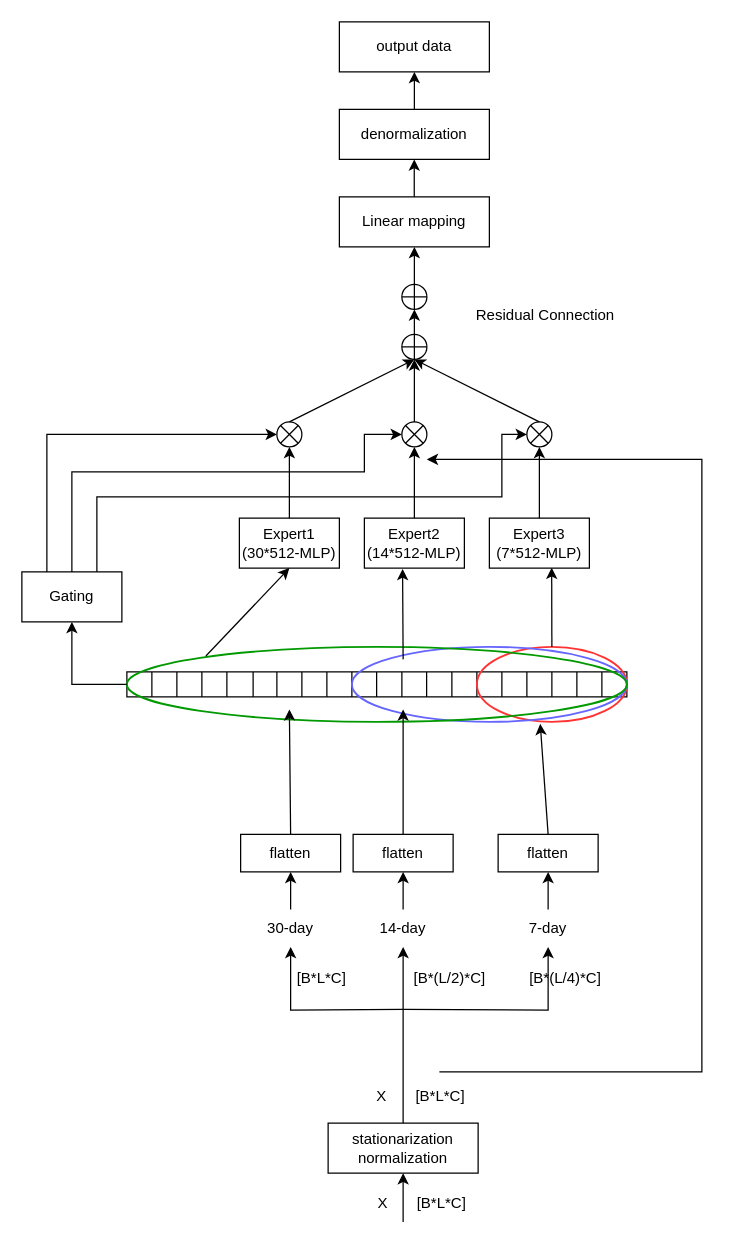
This is 未命名绘图.drawio from HALF111/Research_figures, a draw.io file, before an edit. Source tidied: cells renumbered, new cells numbered last; positions are measured from the earlier drawing's top-left corner, leaving out a move shared by most shapes. Both pictures are drawn from the tidied source at 125%, with x=0, y=0 at pixel (21, 21).
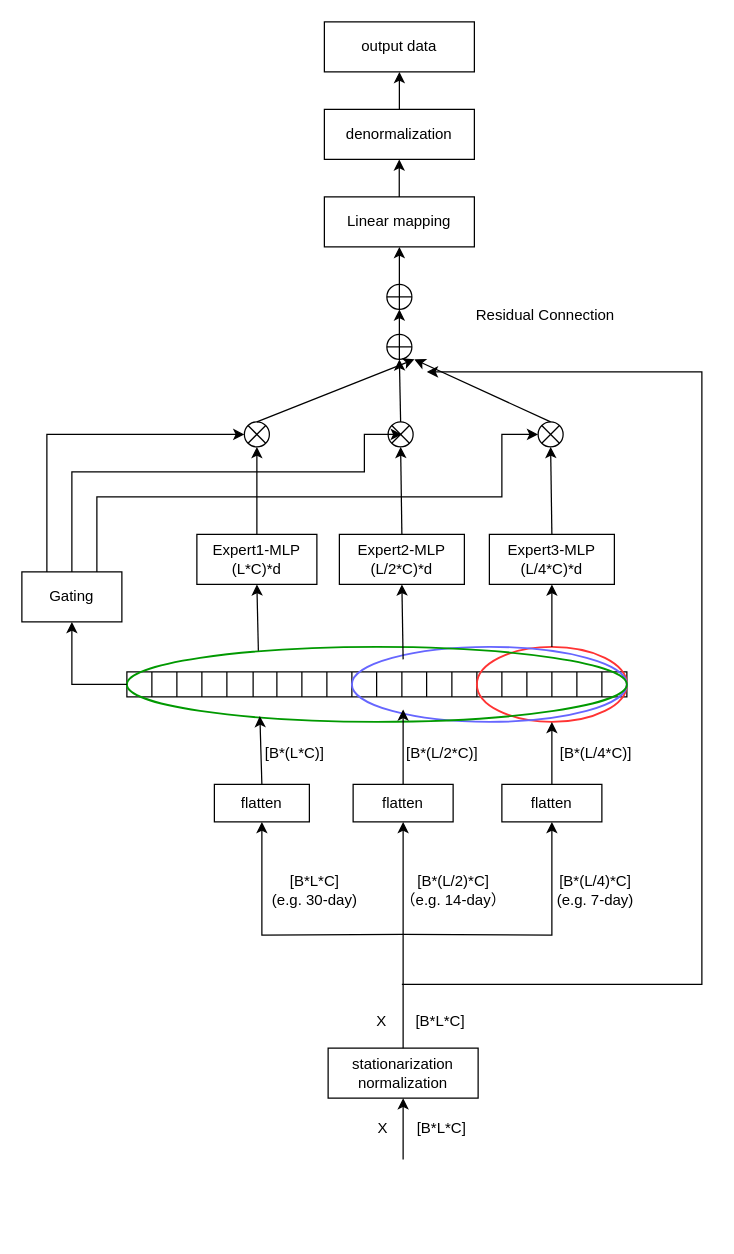
The same page after the edit.

Commit message (it also covers changes not shown here):
更新未命名绘图.drawio

Unchanged cells that the change refers to:
```xml
<mxCell id="18" style="ellipse;whiteSpace=wrap;html=1;fillColor=none;strokeColor=#FF3333;strokeWidth=1.5;" parent="1" vertex="1">
  <mxGeometry x="364" y="500" width="120" height="60" as="geometry" />
</mxCell>
<mxCell id="19" style="ellipse;whiteSpace=wrap;html=1;fillColor=none;strokeColor=#6666FF;strokeWidth=1.5;" parent="1" vertex="1">
  <mxGeometry x="264" y="500" width="220" height="60" as="geometry" />
</mxCell>
<mxCell id="20" style="ellipse;whiteSpace=wrap;html=1;fillColor=none;strokeColor=#009900;strokeWidth=1.5;" parent="1" vertex="1">
  <mxGeometry x="84" y="500" width="400" height="60" as="geometry" />
</mxCell>
```

The edit, as a diff of the source:
```diff
@@
-    <mxCell id="21" value="7-day" style="text;html=1;strokeColor=none;fillColor=none;align=center;verticalAlign=middle;whiteSpace=wrap;rounded=0;" parent="1" vertex="1">
-      <mxGeometry x="391" y="710" width="60" height="30" as="geometry" />
-    </mxCell>
-    <mxCell id="22" value="14-day" style="text;html=1;strokeColor=none;fillColor=none;align=center;verticalAlign=middle;whiteSpace=wrap;rounded=0;" parent="1" vertex="1">
-      <mxGeometry x="275" y="710" width="60" height="30" as="geometry" />
-    </mxCell>
-    <mxCell id="23" value="30-day" style="text;html=1;strokeColor=none;fillColor=none;align=center;verticalAlign=middle;whiteSpace=wrap;rounded=0;" parent="1" vertex="1">
-      <mxGeometry x="185" y="710" width="60" height="30" as="geometry" />
-    </mxCell>
-    <mxCell id="24" value="Expert1&lt;br&gt;(30*512-MLP)" style="rounded=0;whiteSpace=wrap;html=1;" parent="1" vertex="1">
-      <mxGeometry x="174" y="397" width="80" height="40" as="geometry" />
+    <mxCell id="24" value="Expert1-MLP&lt;br&gt;(L*C)*d" style="rounded=0;whiteSpace=wrap;html=1;" parent="1" vertex="1">
+      <mxGeometry x="140" y="410" width="96" height="40" as="geometry" />
     </mxCell>
-    <mxCell id="25" value="Expert2&lt;br&gt;(14*512-MLP)" style="rounded=0;whiteSpace=wrap;html=1;" parent="1" vertex="1">
-      <mxGeometry x="274" y="397" width="80" height="40" as="geometry" />
+    <mxCell id="25" value="Expert2-MLP&lt;br&gt;(L/2*C)*d" style="rounded=0;whiteSpace=wrap;html=1;" parent="1" vertex="1">
+      <mxGeometry x="254" y="410" width="100" height="40" as="geometry" />
     </mxCell>
-    <mxCell id="26" value="Expert3&lt;br&gt;(7*512-MLP)" style="rounded=0;whiteSpace=wrap;html=1;" parent="1" vertex="1">
-      <mxGeometry x="374" y="397" width="80" height="40" as="geometry" />
+    <mxCell id="26" value="Expert3-MLP&lt;br&gt;(L/4*C)*d" style="rounded=0;whiteSpace=wrap;html=1;" parent="1" vertex="1">
+      <mxGeometry x="374" y="410" width="100" height="40" as="geometry" />
     </mxCell>
-    <mxCell id="27" style="endArrow=classic;html=1;rounded=0;exitX=0.158;exitY=0.121;exitDx=0;exitDy=0;entryX=0.5;entryY=1;entryDx=0;entryDy=0;exitPerimeter=0;" parent="1" edge="1" source="20" target="24">
+    <mxCell id="27" style="endArrow=classic;html=1;rounded=0;exitX=0.263;exitY=0.051;exitDx=0;exitDy=0;entryX=0.5;entryY=1;entryDx=0;entryDy=0;exitPerimeter=0;" parent="1" edge="1" source="20" target="24">
       <mxGeometry relative="1" as="geometry" />
     </mxCell>
-    <mxCell id="28" style="endArrow=classic;html=1;rounded=0;entryX=0.382;entryY=1.016;entryDx=0;entryDy=0;entryPerimeter=0;" parent="1" edge="1" target="25">
+    <mxCell id="28" style="endArrow=classic;html=1;rounded=0;entryX=0.5;entryY=1;entryDx=0;entryDy=0;" parent="1" edge="1" target="25">
       <mxGeometry relative="1" as="geometry">
         <mxPoint x="305" y="510" as="sourcePoint" />
       </mxGeometry>
     </mxCell>
-    <mxCell id="29" style="endArrow=classic;html=1;rounded=0;exitX=0.5;exitY=0;exitDx=0;exitDy=0;entryX=0.623;entryY=0.99;entryDx=0;entryDy=0;entryPerimeter=0;" parent="1" edge="1" source="18" target="26">
+    <mxCell id="29" style="endArrow=classic;html=1;rounded=0;exitX=0.5;exitY=0;exitDx=0;exitDy=0;entryX=0.5;entryY=1;entryDx=0;entryDy=0;" parent="1" edge="1" source="18" target="26">
       <mxGeometry relative="1" as="geometry" />
     </mxCell>
@@
     <mxCell id="32" style="ellipse;whiteSpace=wrap;html=1;fillColor=none;" parent="1" vertex="1">
-      <mxGeometry x="204" y="320" width="20" height="20" as="geometry" />
+      <mxGeometry x="178" y="320" width="20" height="20" as="geometry" />
     </mxCell>
@@
     <mxCell id="35" style="ellipse;whiteSpace=wrap;html=1;fillColor=none;" parent="1" vertex="1">
-      <mxGeometry x="304" y="320" width="20" height="20" as="geometry" />
+      <mxGeometry x="293" y="320" width="20" height="20" as="geometry" />
     </mxCell>
@@
     <mxCell id="38" style="ellipse;whiteSpace=wrap;html=1;fillColor=none;" parent="1" vertex="1">
-      <mxGeometry x="404" y="320" width="20" height="20" as="geometry" />
+      <mxGeometry x="413" y="320" width="20" height="20" as="geometry" />
     </mxCell>
@@
     <mxCell id="47" style="ellipse;whiteSpace=wrap;html=1;fillColor=none;direction=east;flipH=1;flipV=1;" parent="1" vertex="1">
-      <mxGeometry x="304" y="250" width="20" height="20" as="geometry" />
+      <mxGeometry x="292" y="250" width="20" height="20" as="geometry" />
     </mxCell>
@@
-    <mxCell id="54" style="edgeStyle=orthogonalEdgeStyle;rounded=0;jettySize=auto;html=1;exitX=0.5;exitY=0;exitDx=0;exitDy=0;entryX=0.5;entryY=1;entryDx=0;entryDy=0;" parent="1" edge="1" target="23">
+    <mxCell id="54" style="edgeStyle=orthogonalEdgeStyle;rounded=0;jettySize=auto;html=1;exitX=0.5;exitY=0;exitDx=0;exitDy=0;entryX=0.5;entryY=1;entryDx=0;entryDy=0;" parent="1" edge="1" target="77">
       <mxGeometry relative="1" as="geometry">
-        <mxPoint x="305" y="790" as="sourcePoint" />
+        <mxPoint x="305" y="730" as="sourcePoint" />
       </mxGeometry>
     </mxCell>
-    <mxCell id="55" style="edgeStyle=orthogonalEdgeStyle;rounded=0;jettySize=auto;html=1;exitX=0.5;exitY=0;exitDx=0;exitDy=0;entryX=0.5;entryY=1;entryDx=0;entryDy=0;" parent="1" edge="1" target="21">
+    <mxCell id="55" style="edgeStyle=orthogonalEdgeStyle;rounded=0;jettySize=auto;html=1;exitX=0.5;exitY=0;exitDx=0;exitDy=0;entryX=0.5;entryY=1;entryDx=0;entryDy=0;" parent="1" edge="1" target="79">
       <mxGeometry relative="1" as="geometry">
-        <mxPoint x="305" y="790" as="sourcePoint" />
+        <mxPoint x="305" y="730" as="sourcePoint" />
       </mxGeometry>
     </mxCell>
     <mxCell id="56" value="stationarization normalization" style="rounded=0;whiteSpace=wrap;html=1;" parent="1" vertex="1">
-      <mxGeometry x="245" y="881" width="120" height="40" as="geometry" />
+      <mxGeometry x="245" y="821" width="120" height="40" as="geometry" />
     </mxCell>
     <mxCell id="57" style="endArrow=classic;html=1;rounded=0;entryX=0.5;entryY=1;entryDx=0;entryDy=0;" parent="1" edge="1" target="56">
       <mxGeometry relative="1" as="geometry">
-        <mxPoint x="305" y="960" as="sourcePoint" />
+        <mxPoint x="305" y="910" as="sourcePoint" />
       </mxGeometry>
     </mxCell>
     <mxCell id="58" value="Linear mapping" style="rounded=0;whiteSpace=wrap;html=1;" parent="1" vertex="1">
-      <mxGeometry x="254" y="140" width="120" height="40" as="geometry" />
+      <mxGeometry x="242" y="140" width="120" height="40" as="geometry" />
     </mxCell>
     <mxCell id="59" style="ellipse;whiteSpace=wrap;html=1;fillColor=none;direction=east;flipH=1;flipV=1;" parent="1" vertex="1">
-      <mxGeometry x="304" y="210" width="20" height="20" as="geometry" />
+      <mxGeometry x="292" y="210" width="20" height="20" as="geometry" />
     </mxCell>
@@
     <mxCell id="62" style="endArrow=classic;html=1;rounded=0;" parent="1" edge="1">
       <mxGeometry relative="1" as="geometry">
-        <mxPoint x="334" y="840" as="sourcePoint" />
-        <mxPoint x="324" y="350" as="targetPoint" />
+        <mxPoint x="304" y="770" as="sourcePoint" />
+        <mxPoint x="324" y="280" as="targetPoint" />
         <Array as="points">
-          <mxPoint x="544" y="840" />
-          <mxPoint x="544" y="590" />
-          <mxPoint x="544" y="350" />
+          <mxPoint x="544" y="770" />
+          <mxPoint x="544" y="520" />
+          <mxPoint x="544" y="280" />
         </Array>
       </mxGeometry>
     </mxCell>
@@
     <mxCell id="64" style="endArrow=classic;html=1;rounded=0;exitX=0.5;exitY=0;exitDx=0;exitDy=0;" parent="1" edge="1" source="59">
       <mxGeometry relative="1" as="geometry">
-        <mxPoint x="314" y="180" as="targetPoint" />
+        <mxPoint x="302" y="180" as="targetPoint" />
       </mxGeometry>
     </mxCell>
     <mxCell id="65" value="denormalization" style="rounded=0;whiteSpace=wrap;html=1;" parent="1" vertex="1">
-      <mxGeometry x="254" y="70" width="120" height="40" as="geometry" />
+      <mxGeometry x="242" y="70" width="120" height="40" as="geometry" />
     </mxCell>
     <mxCell id="66" value="output data" style="rounded=0;whiteSpace=wrap;html=1;" parent="1" vertex="1">
-      <mxGeometry x="254" width="120" height="40" as="geometry" />
+      <mxGeometry x="242" width="120" height="40" as="geometry" />
     </mxCell>
     <mxCell id="67" style="endArrow=classic;html=1;rounded=0;exitX=0.5;exitY=0;exitDx=0;exitDy=0;" parent="1" edge="1">
       <mxGeometry relative="1" as="geometry">
-        <mxPoint x="313.9" y="140" as="sourcePoint" />
-        <mxPoint x="313.9" y="110" as="targetPoint" />
+        <mxPoint x="301.9" y="140" as="sourcePoint" />
+        <mxPoint x="301.9" y="110" as="targetPoint" />
       </mxGeometry>
     </mxCell>
@@
     <mxCell id="69" value="X" style="text;html=1;strokeColor=none;fillColor=none;align=center;verticalAlign=middle;whiteSpace=wrap;rounded=0;" parent="1" vertex="1">
-      <mxGeometry x="279" y="930" width="20" height="30" as="geometry" />
+      <mxGeometry x="279" y="870" width="20" height="30" as="geometry" />
     </mxCell>
     <mxCell id="70" value="[B*L*C]" style="text;html=1;strokeColor=none;fillColor=none;align=center;verticalAlign=middle;whiteSpace=wrap;rounded=0;" parent="1" vertex="1">
-      <mxGeometry x="311" y="930" width="50" height="30" as="geometry" />
+      <mxGeometry x="311" y="870" width="50" height="30" as="geometry" />
     </mxCell>
     <mxCell id="71" value="X" style="text;html=1;strokeColor=none;fillColor=none;align=center;verticalAlign=middle;whiteSpace=wrap;rounded=0;" parent="1" vertex="1">
-      <mxGeometry x="278" y="845" width="20" height="30" as="geometry" />
+      <mxGeometry x="278" y="785" width="20" height="30" as="geometry" />
     </mxCell>
     <mxCell id="72" value="[B*L*C]" style="text;html=1;strokeColor=none;fillColor=none;align=center;verticalAlign=middle;whiteSpace=wrap;rounded=0;" parent="1" vertex="1">
-      <mxGeometry x="310" y="845" width="50" height="30" as="geometry" />
+      <mxGeometry x="310" y="785" width="50" height="30" as="geometry" />
     </mxCell>
-    <mxCell id="73" style="endArrow=classic;html=1;rounded=0;exitX=0.5;exitY=0;exitDx=0;exitDy=0;entryX=0.5;entryY=1;entryDx=0;entryDy=0;" parent="1" edge="1" source="56" target="22">
+    <mxCell id="73" style="endArrow=classic;html=1;rounded=0;exitX=0.5;exitY=0;exitDx=0;exitDy=0;entryX=0.5;entryY=1;entryDx=0;entryDy=0;" parent="1" edge="1" source="56" target="78">
       <mxGeometry relative="1" as="geometry" />
     </mxCell>
-    <mxCell id="74" value="[B*L*C]" style="text;html=1;strokeColor=none;fillColor=none;align=center;verticalAlign=middle;whiteSpace=wrap;rounded=0;" parent="1" vertex="1">
-      <mxGeometry x="215" y="750" width="50" height="30" as="geometry" />
+    <mxCell id="74" value="[B*L*C]&lt;br&gt;(e.g. 30-day)" style="text;html=1;strokeColor=none;fillColor=none;align=center;verticalAlign=middle;whiteSpace=wrap;rounded=0;" parent="1" vertex="1">
+      <mxGeometry x="195" y="680" width="79" height="30" as="geometry" />
     </mxCell>
-    <mxCell id="75" value="[B*(L/2)*C]" style="text;html=1;strokeColor=none;fillColor=none;align=center;verticalAlign=middle;whiteSpace=wrap;rounded=0;" parent="1" vertex="1">
-      <mxGeometry x="310" y="750" width="65" height="30" as="geometry" />
+    <mxCell id="75" value="[B*(L/2)*C]&lt;br&gt;（e.g. 14-day）" style="text;html=1;strokeColor=none;fillColor=none;align=center;verticalAlign=middle;whiteSpace=wrap;rounded=0;" parent="1" vertex="1">
+      <mxGeometry x="298" y="680" width="95" height="30" as="geometry" />
     </mxCell>
-    <mxCell id="76" value="[B*(L/4)*C]" style="text;html=1;strokeColor=none;fillColor=none;align=center;verticalAlign=middle;whiteSpace=wrap;rounded=0;" parent="1" vertex="1">
-      <mxGeometry x="405" y="750" width="60" height="30" as="geometry" />
+    <mxCell id="76" value="[B*(L/4)*C]&lt;br&gt;(e.g. 7-day)" style="text;html=1;strokeColor=none;fillColor=none;align=center;verticalAlign=middle;whiteSpace=wrap;rounded=0;" parent="1" vertex="1">
+      <mxGeometry x="419" y="680" width="80" height="30" as="geometry" />
     </mxCell>
     <mxCell id="77" value="flatten" style="rounded=0;whiteSpace=wrap;html=1;" parent="1" vertex="1">
-      <mxGeometry x="175" y="650" width="80" height="30" as="geometry" />
+      <mxGeometry x="154" y="610" width="76" height="30" as="geometry" />
     </mxCell>
     <mxCell id="78" value="flatten" style="rounded=0;whiteSpace=wrap;html=1;" parent="1" vertex="1">
-      <mxGeometry x="265" y="650" width="80" height="30" as="geometry" />
+      <mxGeometry x="265" y="610" width="80" height="30" as="geometry" />
     </mxCell>
     <mxCell id="79" value="flatten" style="rounded=0;whiteSpace=wrap;html=1;" parent="1" vertex="1">
-      <mxGeometry x="381" y="650" width="80" height="30" as="geometry" />
+      <mxGeometry x="384" y="610" width="80" height="30" as="geometry" />
     </mxCell>
-    <mxCell id="80" style="endArrow=classic;html=1;rounded=0;exitX=0.5;exitY=0;exitDx=0;exitDy=0;entryX=0.5;entryY=1;entryDx=0;entryDy=0;" parent="1" edge="1" source="23" target="77">
-      <mxGeometry relative="1" as="geometry" />
-    </mxCell>
-    <mxCell id="81" style="endArrow=classic;html=1;rounded=0;exitX=0.5;exitY=0;exitDx=0;exitDy=0;entryX=0.5;entryY=1;entryDx=0;entryDy=0;" parent="1" edge="1" source="22" target="78">
-      <mxGeometry relative="1" as="geometry" />
-    </mxCell>
-    <mxCell id="82" style="endArrow=classic;html=1;rounded=0;exitX=0.5;exitY=0;exitDx=0;exitDy=0;entryX=0.5;entryY=1;entryDx=0;entryDy=0;" parent="1" edge="1" source="21" target="79">
-      <mxGeometry relative="1" as="geometry" />
-    </mxCell>
-    <mxCell id="83" style="endArrow=classic;html=1;rounded=0;exitX=0.5;exitY=0;exitDx=0;exitDy=0;" parent="1" edge="1" source="77">
-      <mxGeometry relative="1" as="geometry">
-        <mxPoint x="214" y="550" as="targetPoint" />
-      </mxGeometry>
+    <mxCell id="83" style="endArrow=classic;html=1;rounded=0;exitX=0.5;exitY=0;exitDx=0;exitDy=0;entryX=0.266;entryY=0.922;entryDx=0;entryDy=0;entryPerimeter=0;" parent="1" edge="1" source="77" target="20">
+      <mxGeometry relative="1" as="geometry" />
     </mxCell>
@@
-    <mxCell id="85" style="endArrow=classic;html=1;rounded=0;exitX=0.5;exitY=0;exitDx=0;exitDy=0;entryX=0.685;entryY=1.026;entryDx=0;entryDy=0;entryPerimeter=0;" parent="1" edge="1" source="79" target="19">
+    <mxCell id="85" style="endArrow=classic;html=1;rounded=0;exitX=0.5;exitY=0;exitDx=0;exitDy=0;entryX=0.5;entryY=1;entryDx=0;entryDy=0;" parent="1" edge="1" source="79" target="18">
       <mxGeometry relative="1" as="geometry" />
     </mxCell>
@@
+    <mxCell id="90" value="[B*(L*C)]" style="text;html=1;strokeColor=none;fillColor=none;align=center;verticalAlign=middle;whiteSpace=wrap;rounded=0;" parent="1" vertex="1">
+      <mxGeometry x="179" y="570" width="79" height="30" as="geometry" />
+    </mxCell>
+    <mxCell id="91" value="[B*(L/2*C)]" style="text;html=1;strokeColor=none;fillColor=none;align=center;verticalAlign=middle;whiteSpace=wrap;rounded=0;" parent="1" vertex="1">
+      <mxGeometry x="289" y="570" width="95" height="30" as="geometry" />
+    </mxCell>
+    <mxCell id="92" value="[B*(L/4*C)]" style="text;html=1;strokeColor=none;fillColor=none;align=center;verticalAlign=middle;whiteSpace=wrap;rounded=0;" parent="1" vertex="1">
+      <mxGeometry x="411.5" y="570" width="95" height="30" as="geometry" />
+    </mxCell>
+    <mxCell id="93" style="edgeStyle=orthogonalEdgeStyle;rounded=0;orthogonalLoop=1;jettySize=auto;html=1;exitX=0.5;exitY=1;exitDx=0;exitDy=0;" parent="1" edge="1" source="24" target="24">
+      <mxGeometry relative="1" as="geometry" />
+    </mxCell>
```
